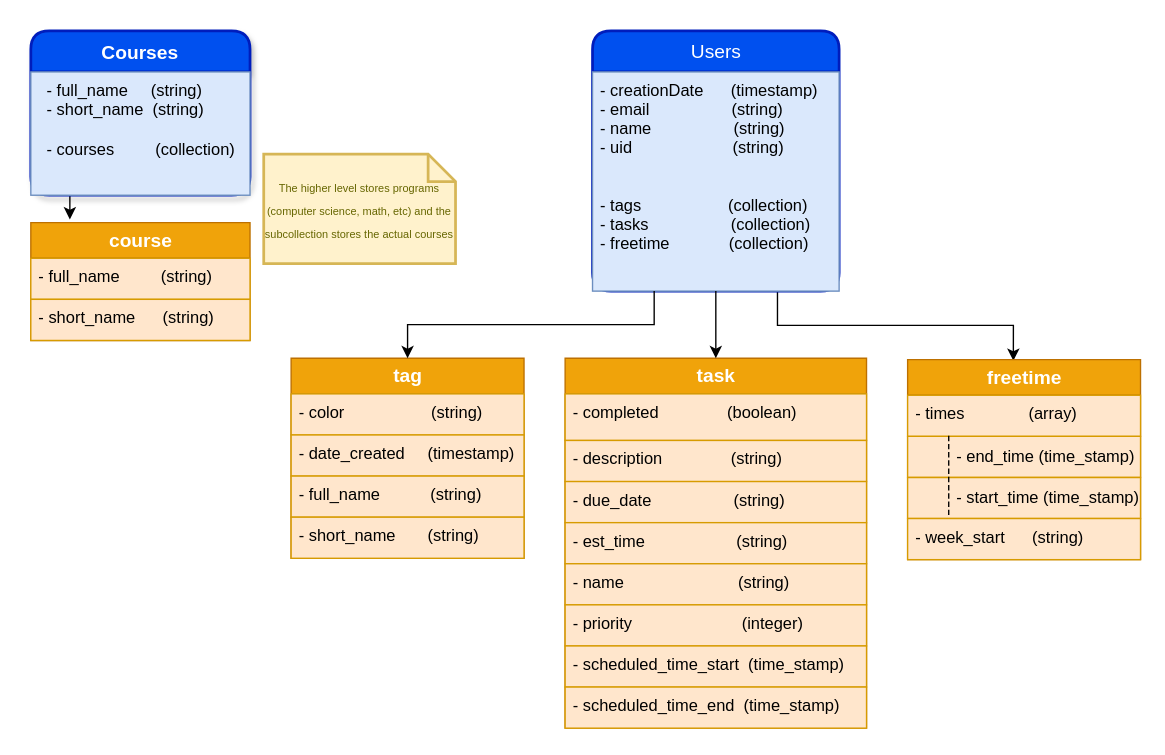
Before: Design/Database/diagram.drawio in x2110311x/HomeworkTracker, a draw.io diagram. Source tidied: cells renumbered, new cells numbered last; positions are measured from the earlier drawing's top-left corner, leaving out a move shared by most shapes. Both pictures are drawn from the tidied source at 137%, with x=0, y=0 at pixel (30, 30).
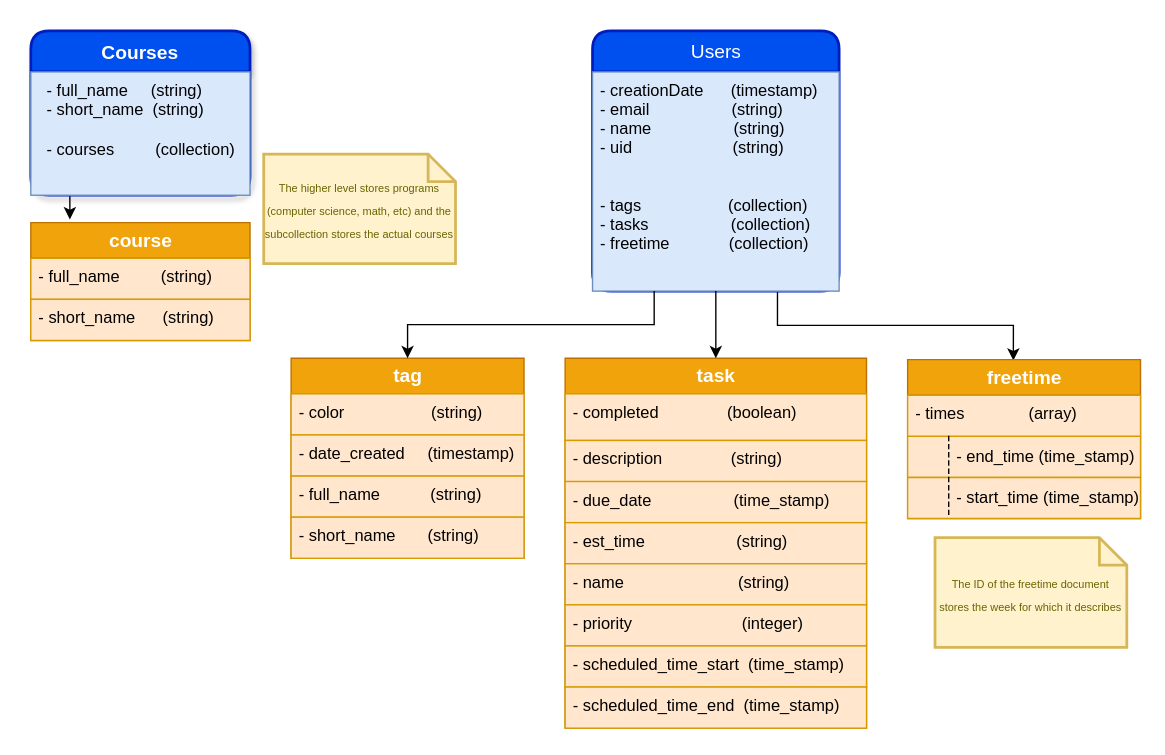
The same diagram, later.

Commit message (it also covers changes not shown here):
Update database diagram

Unchanged cells that the change refers to:
```xml
<mxCell id="16" value="task" style="swimlane;fontStyle=1;horizontal=1;startSize=26;align=center;fontSize=14;rounded=0;shadow=0;glass=0;sketch=0;html=1;fillColor=#f0a30a;strokeColor=#BD7000;fontColor=#ffffff;" parent="1" vertex="1">
  <mxGeometry x="390" y="239" width="220" height="270" as="geometry" />
</mxCell>
```

The edit, as a diff of the source:
```diff
@@
-    <mxCell id="19" value="- due_date&amp;nbsp; &amp;nbsp; &amp;nbsp; &amp;nbsp; &amp;nbsp; &amp;nbsp; &amp;nbsp; &amp;nbsp; &amp;nbsp; (string)" style="text;strokeColor=#d79b00;fillColor=#ffe6cc;spacingLeft=4;spacingRight=4;overflow=hidden;fontSize=12;rounded=0;shadow=0;glass=0;sketch=0;html=1;" parent="16" vertex="1">
+    <mxCell id="19" value="- due_date&amp;nbsp; &amp;nbsp; &amp;nbsp; &amp;nbsp; &amp;nbsp; &amp;nbsp; &amp;nbsp; &amp;nbsp; &amp;nbsp; (time_stamp)" style="text;strokeColor=#d79b00;fillColor=#ffe6cc;spacingLeft=4;spacingRight=4;overflow=hidden;fontSize=12;rounded=0;shadow=0;glass=0;sketch=0;html=1;" parent="16" vertex="1">
       <mxGeometry y="90" width="220" height="30" as="geometry" />
     </mxCell>
@@
     <mxCell id="25" value="freetime" style="swimlane;fontStyle=1;horizontal=1;startSize=26;align=center;fontSize=14;rounded=0;shadow=0;glass=0;sketch=0;html=1;fillColor=#f0a30a;strokeColor=#BD7000;fontColor=#ffffff;" parent="1" vertex="1">
-      <mxGeometry x="640" y="240" width="170" height="146" as="geometry" />
+      <mxGeometry x="640" y="240" width="170" height="116" as="geometry" />
     </mxCell>
@@
-    <mxCell id="31" value="- week_start      (string)" style="text;strokeColor=#d79b00;fillColor=#ffe6cc;spacingLeft=4;spacingRight=4;overflow=hidden;fontSize=12;" parent="25" vertex="1">
-      <mxGeometry y="116" width="170" height="30" as="geometry" />
-    </mxCell>
@@
+    <mxCell id="35" value="&lt;font style=&quot;font-size: 8px&quot;&gt;The ID of the freetime document stores the week for which it describes&lt;/font&gt;" style="shape=note;strokeWidth=2;fontSize=14;size=20;whiteSpace=wrap;html=1;fillColor=#fff2cc;strokeColor=#d6b656;fontColor=#666600;" parent="1" vertex="1">
+      <mxGeometry x="660" y="370" width="140" height="80" as="geometry" />
+    </mxCell>
```
